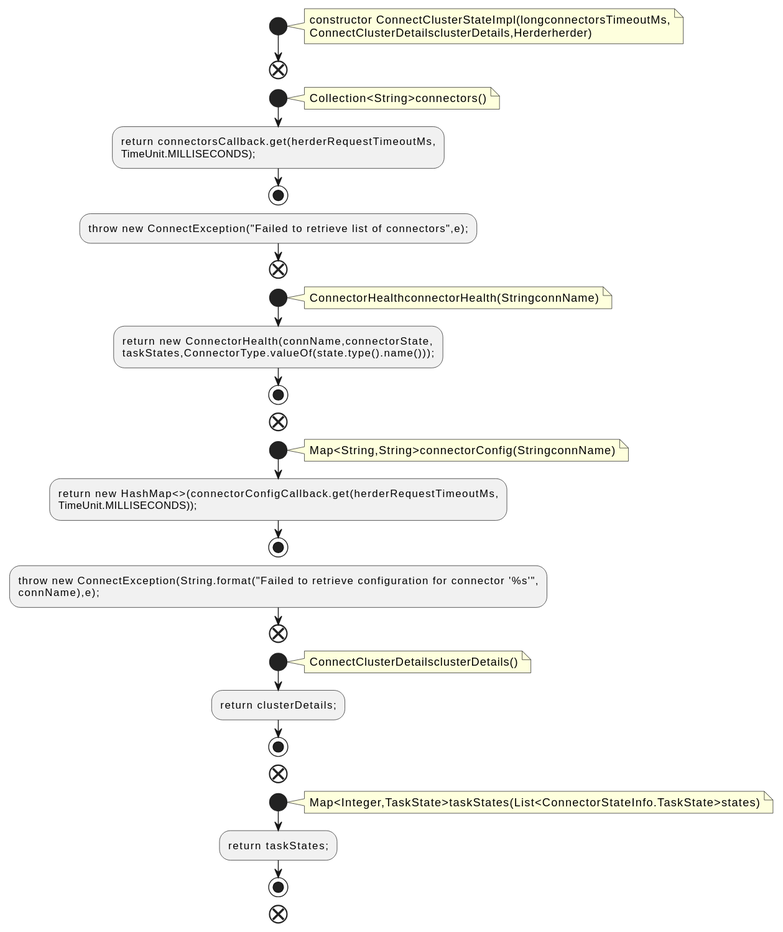
The PlantUML diagram docs/qc/connect/runtime/src/main/java/org/apache/kafka/connect/runtime/health/ConnectClusterStateImpl.java.fct.svg in qualitesys/kafka, before a commit.
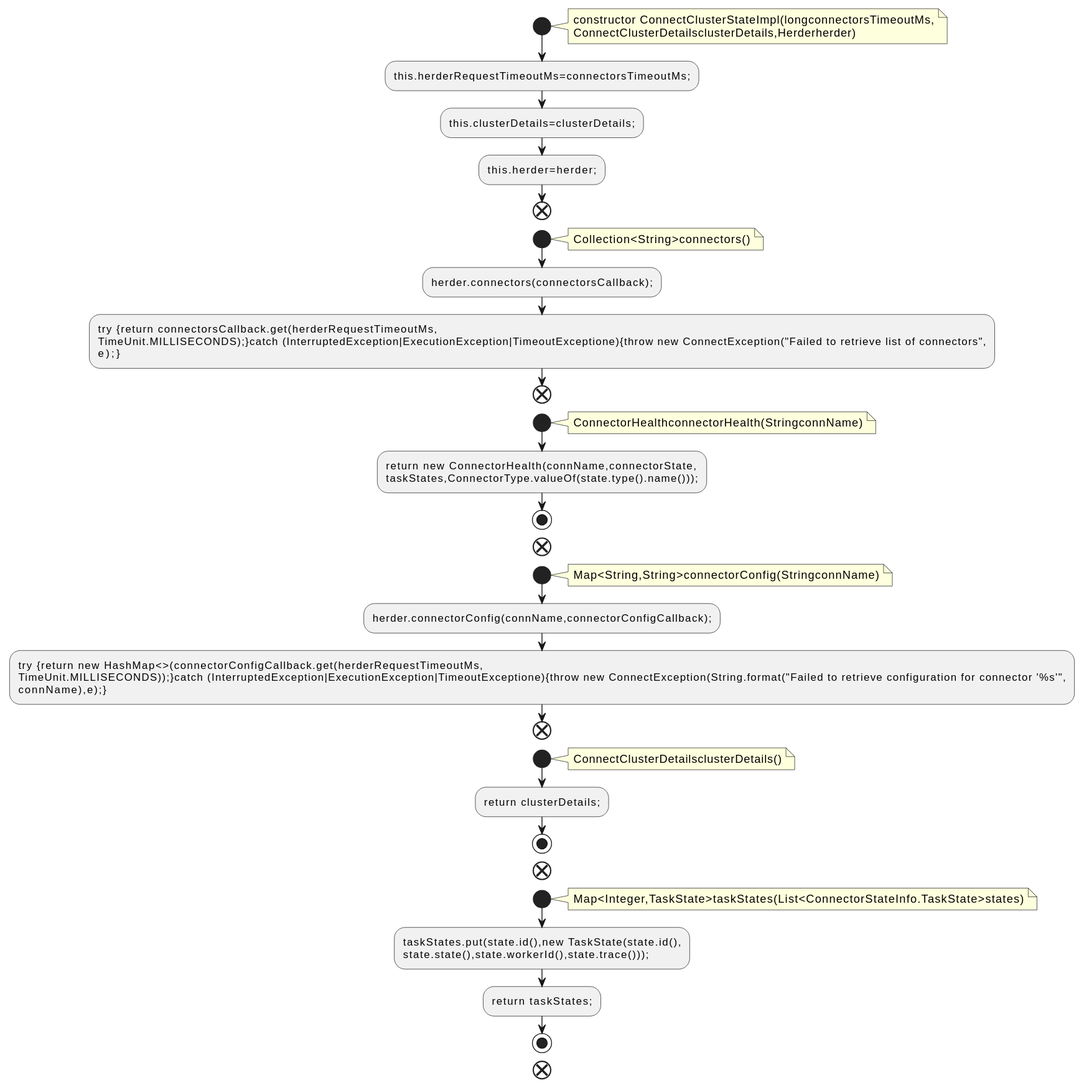
The same diagram one commit later.

Diff of the diagram source:
```diff
@@ -5,15 +5,18 @@
 constructor ConnectClusterStateImpl(longconnectorsTimeoutMs,
 ConnectClusterDetailsclusterDetails,Herderherder)
 end note
+:this.herderRequestTimeoutMs=connectorsTimeoutMs;;
+:this.clusterDetails=clusterDetails;;
+:this.herder=herder;;
 end
 start
 note right
 Collection<String>connectors()
 end note
-:return connectorsCallback.get(herderRequestTimeoutMs,
-TimeUnit.MILLISECONDS);;
-stop
-:throw new ConnectException("Failed to retrieve list of connectors",e);;
+:herder.connectors(connectorsCallback);;
+:try {return connectorsCallback.get(herderRequestTimeoutMs,
+TimeUnit.MILLISECONDS);}catch (InterruptedException|ExecutionException|TimeoutExceptione){throw new ConnectException("Failed to retrieve list of connectors",
+e);};
 end
 start
 note right
@@ -27,11 +30,10 @@
 note right
 Map<String,String>connectorConfig(StringconnName)
 end note
-:return new HashMap<>(connectorConfigCallback.get(herderRequestTimeoutMs,
-TimeUnit.MILLISECONDS));;
-stop
-:throw new ConnectException(String.format("Failed to retrieve configuration for connector '%s'",
-connName),e);;
+:herder.connectorConfig(connName,connectorConfigCallback);;
+:try {return new HashMap<>(connectorConfigCallback.get(herderRequestTimeoutMs,
+TimeUnit.MILLISECONDS));}catch (InterruptedException|ExecutionException|TimeoutExceptione){throw new ConnectException(String.format("Failed to retrieve configuration for connector '%s'",
+connName),e);};
 end
 start
 note right
@@ -44,6 +46,8 @@
 note right
 Map<Integer,TaskState>taskStates(List<ConnectorStateInfo.TaskState>states)
 end note
+:taskStates.put(state.id(),new TaskState(state.id(),
+state.state(),state.workerId(),state.trace()));;
 :return taskStates;;
 stop
 end
```
